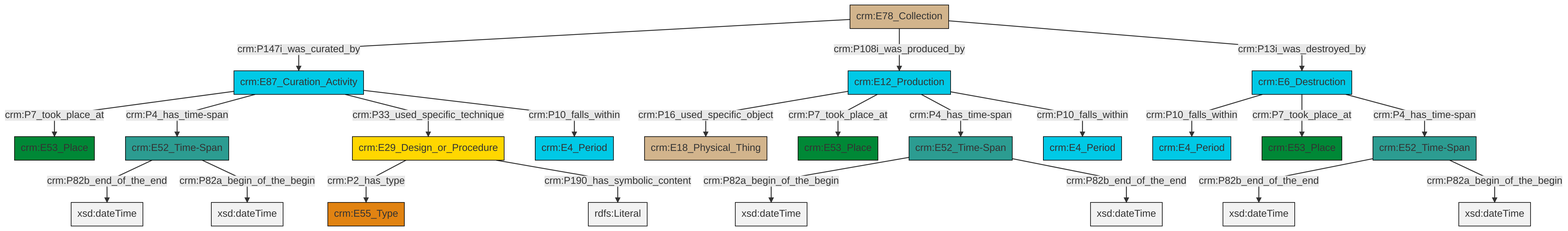
Before: et/archivalCSV/ttl/mmd/png/archival_existence.png, a diagram exported from Mermaid (swiss-art-research-net/docs.swissartresearch). Its source is kept beside it as et/archivalCSV/ttl/mmd/archival_existence.ttl.mmd.
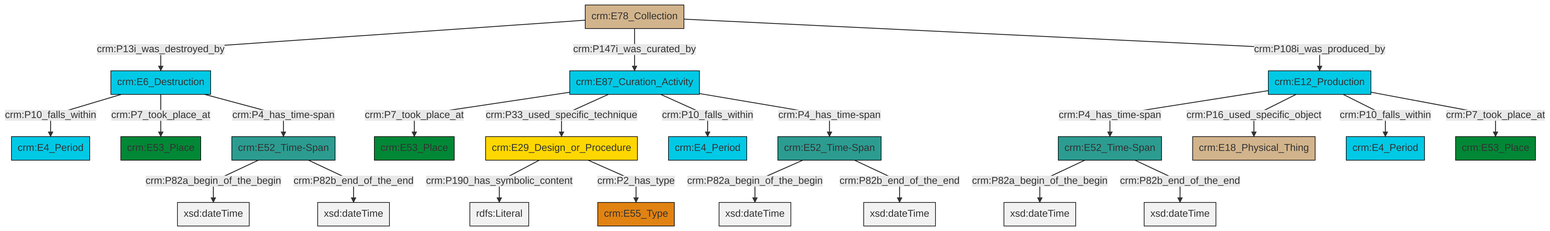
After the change.

Change to the diagram source:
```diff
@@ -13,25 +13,25 @@
 classDef PC_Classes fill:#4ce600, stroke:#000000;
 classDef Multi fill:#cccccc,stroke:#000000;
 
-2["crm:E29_Design_or_Procedure"]:::Conceptual_Object -->|crm:P2_has_type| 3["crm:E55_Type"]:::Type
-4["crm:E87_Curation_Activity"]:::Temporal_Entity -->|crm:P7_took_place_at| 5["crm:E53_Place"]:::Place
-8["crm:E12_Production"]:::Temporal_Entity -->|crm:P16_used_specific_object| 6["crm:E18_Physical_Thing"]:::Physical_Thing
-9["crm:E52_Time-Span"]:::Time-Span -->|crm:P82a_begin_of_the_begin| 10[xsd:dateTime]:::Literal
-13["crm:E52_Time-Span"]:::Time-Span -->|crm:P82b_end_of_the_end| 14[xsd:dateTime]:::Literal
-9["crm:E52_Time-Span"]:::Time-Span -->|crm:P82b_end_of_the_end| 18[xsd:dateTime]:::Literal
-13["crm:E52_Time-Span"]:::Time-Span -->|crm:P82a_begin_of_the_begin| 20[xsd:dateTime]:::Literal
-21["crm:E78_Collection"]:::Physical_Thing -->|crm:P147i_was_curated_by| 4["crm:E87_Curation_Activity"]:::Temporal_Entity
-22["crm:E6_Destruction"]:::Temporal_Entity -->|crm:P10_falls_within| 23["crm:E4_Period"]:::Temporal_Entity
-8["crm:E12_Production"]:::Temporal_Entity -->|crm:P7_took_place_at| 11["crm:E53_Place"]:::Place
-21["crm:E78_Collection"]:::Physical_Thing -->|crm:P108i_was_produced_by| 8["crm:E12_Production"]:::Temporal_Entity
-8["crm:E12_Production"]:::Temporal_Entity -->|crm:P4_has_time-span| 9["crm:E52_Time-Span"]:::Time-Span
-22["crm:E6_Destruction"]:::Temporal_Entity -->|crm:P7_took_place_at| 24["crm:E53_Place"]:::Place
-8["crm:E12_Production"]:::Temporal_Entity -->|crm:P10_falls_within| 30["crm:E4_Period"]:::Temporal_Entity
-4["crm:E87_Curation_Activity"]:::Temporal_Entity -->|crm:P4_has_time-span| 13["crm:E52_Time-Span"]:::Time-Span
-16["crm:E52_Time-Span"]:::Time-Span -->|crm:P82b_end_of_the_end| 31[xsd:dateTime]:::Literal
-16["crm:E52_Time-Span"]:::Time-Span -->|crm:P82a_begin_of_the_begin| 33[xsd:dateTime]:::Literal
-22["crm:E6_Destruction"]:::Temporal_Entity -->|crm:P4_has_time-span| 16["crm:E52_Time-Span"]:::Time-Span
-2["crm:E29_Design_or_Procedure"]:::Conceptual_Object -->|crm:P190_has_symbolic_content| 35[rdfs:Literal]:::Literal
-21["crm:E78_Collection"]:::Physical_Thing -->|crm:P13i_was_destroyed_by| 22["crm:E6_Destruction"]:::Temporal_Entity
-4["crm:E87_Curation_Activity"]:::Temporal_Entity -->|crm:P33_used_specific_technique| 2["crm:E29_Design_or_Procedure"]:::Conceptual_Object
-4["crm:E87_Curation_Activity"]:::Temporal_Entity -->|crm:P10_falls_within| 0["crm:E4_Period"]:::Temporal_Entity
+0["crm:E87_Curation_Activity"]:::Temporal_Entity -->|crm:P7_took_place_at| 1["crm:E53_Place"]:::Place
+6["crm:E52_Time-Span"]:::Time-Span -->|crm:P82a_begin_of_the_begin| 7[xsd:dateTime]:::Literal
+6["crm:E52_Time-Span"]:::Time-Span -->|crm:P82b_end_of_the_end| 8[xsd:dateTime]:::Literal
+2["crm:E6_Destruction"]:::Temporal_Entity -->|crm:P10_falls_within| 9["crm:E4_Period"]:::Temporal_Entity
+10["crm:E52_Time-Span"]:::Time-Span -->|crm:P82a_begin_of_the_begin| 11[xsd:dateTime]:::Literal
+10["crm:E52_Time-Span"]:::Time-Span -->|crm:P82b_end_of_the_end| 12[xsd:dateTime]:::Literal
+14["crm:E29_Design_or_Procedure"]:::Conceptual_Object -->|crm:P190_has_symbolic_content| 16[rdfs:Literal]:::Literal
+17["crm:E12_Production"]:::Temporal_Entity -->|crm:P4_has_time-span| 6["crm:E52_Time-Span"]:::Time-Span
+20["crm:E78_Collection"]:::Physical_Thing -->|crm:P13i_was_destroyed_by| 2["crm:E6_Destruction"]:::Temporal_Entity
+21["crm:E52_Time-Span"]:::Time-Span -->|crm:P82a_begin_of_the_begin| 22[xsd:dateTime]:::Literal
+21["crm:E52_Time-Span"]:::Time-Span -->|crm:P82b_end_of_the_end| 23[xsd:dateTime]:::Literal
+0["crm:E87_Curation_Activity"]:::Temporal_Entity -->|crm:P33_used_specific_technique| 14["crm:E29_Design_or_Procedure"]:::Conceptual_Object
+17["crm:E12_Production"]:::Temporal_Entity -->|crm:P16_used_specific_object| 18["crm:E18_Physical_Thing"]:::Physical_Thing
+14["crm:E29_Design_or_Procedure"]:::Conceptual_Object -->|crm:P2_has_type| 26["crm:E55_Type"]:::Type
+0["crm:E87_Curation_Activity"]:::Temporal_Entity -->|crm:P10_falls_within| 29["crm:E4_Period"]:::Temporal_Entity
+17["crm:E12_Production"]:::Temporal_Entity -->|crm:P10_falls_within| 27["crm:E4_Period"]:::Temporal_Entity
+17["crm:E12_Production"]:::Temporal_Entity -->|crm:P7_took_place_at| 30["crm:E53_Place"]:::Place
+20["crm:E78_Collection"]:::Physical_Thing -->|crm:P147i_was_curated_by| 0["crm:E87_Curation_Activity"]:::Temporal_Entity
+20["crm:E78_Collection"]:::Physical_Thing -->|crm:P108i_was_produced_by| 17["crm:E12_Production"]:::Temporal_Entity
+2["crm:E6_Destruction"]:::Temporal_Entity -->|crm:P7_took_place_at| 4["crm:E53_Place"]:::Place
+2["crm:E6_Destruction"]:::Temporal_Entity -->|crm:P4_has_time-span| 21["crm:E52_Time-Span"]:::Time-Span
+0["crm:E87_Curation_Activity"]:::Temporal_Entity -->|crm:P4_has_time-span| 10["crm:E52_Time-Span"]:::Time-Span
```
